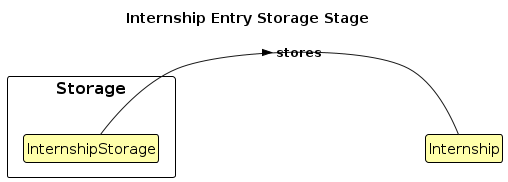
This is diagrams/CreateCommandStore.png from AY2324S1-CS2103T-W17-1/tp, a PlantUML export, as it was before one commit. Its source is kept beside it as diagrams/CreateCommandStore.puml.
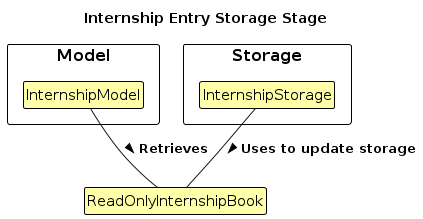
After the change.

The edit, as a diff of the source:
```diff
@@ -6,18 +6,16 @@
 
 title Internship Entry Storage Stage
 
+package "Model" {
+    class InternshipModel as "InternshipModel"
+}
+
 package "Storage" {
     class InternshipStorage as "InternshipStorage"
 }
 
-class InternshipEntry as "InternshipEntry:\nJane Street, Coffee maker"
-
-InternshipStorage -[hidden]right-> InternshipEntry
-
-hide InternshipEntry
-
-class Internship as "Internship"
-
-InternshipStorage - Internship : stores >
+class ReadOnlyInternshipBook as "ReadOnlyInternshipBook"
+ReadOnlyInternshipBook -up- InternshipModel: < Retrieves
+ReadOnlyInternshipBook -up- InternshipStorage : < Uses to update storage
 
 @enduml
```
